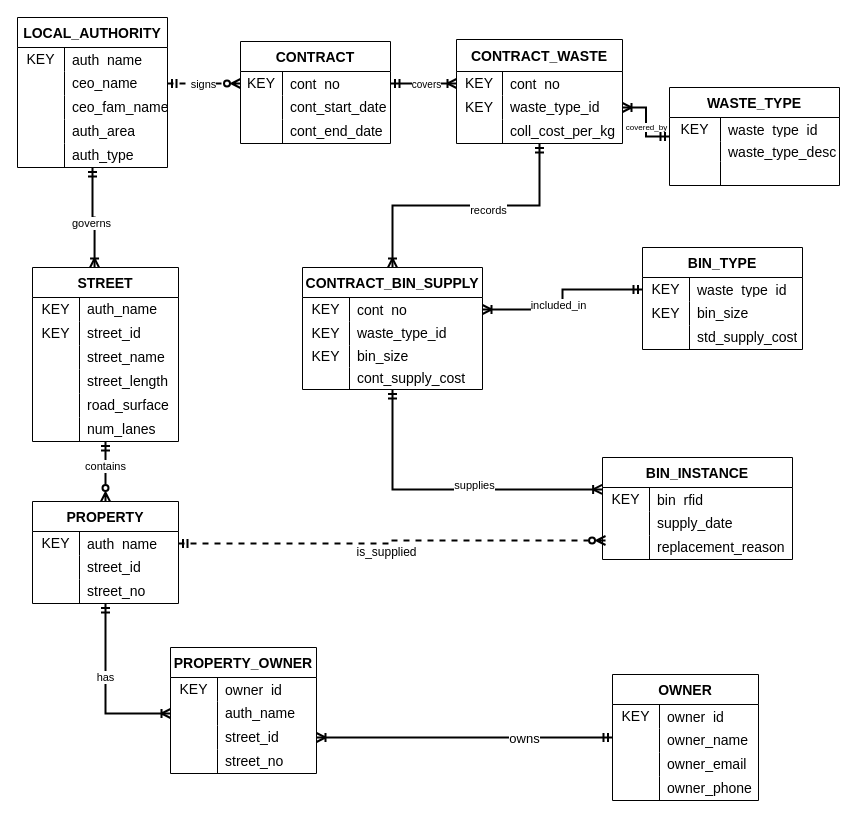
Before: Assignments/Ass1/ca_conceptual.drawio in riabansal27/databases-project, a draw.io diagram. Source tidied: cells renumbered, new cells numbered last; positions are measured from the earlier drawing's top-left corner, leaving out a move shared by most shapes. Both pictures are drawn from the tidied source at 100%, with x=0, y=0 at pixel (17, 17).
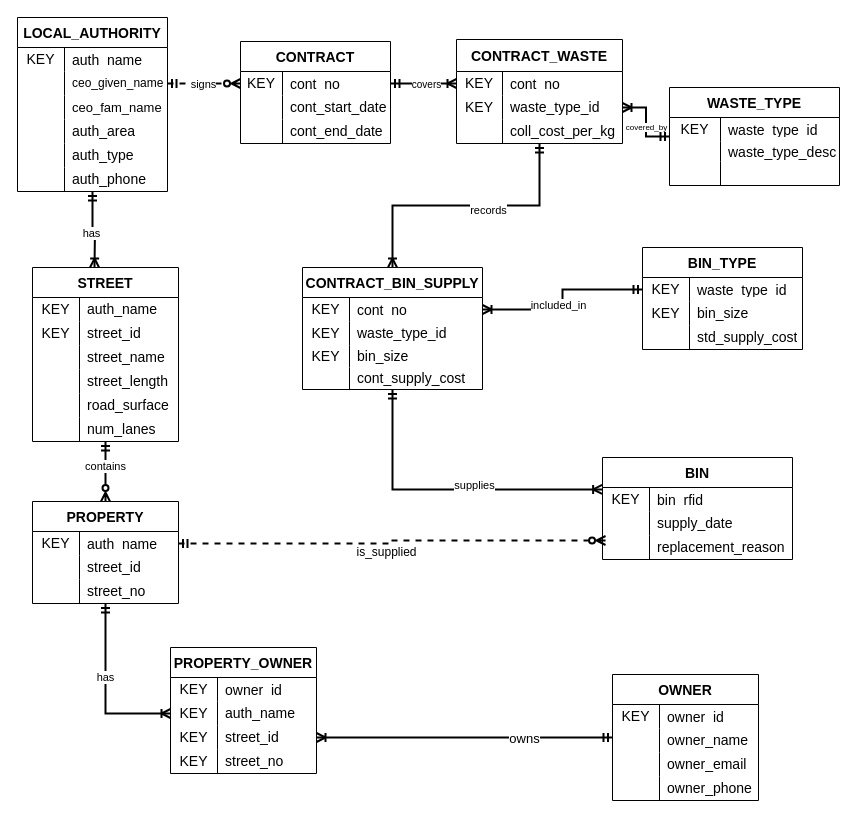
The same page after the edit.

Commit message (it also covers changes not shown here):
Step 4 fixed some relationships and attributes

Unchanged cells that the change refers to:
```xml
<mxCell id="6" style="shape=tableRow;horizontal=0;startSize=0;swimlaneHead=0;swimlaneBody=0;top=0;left=0;bottom=0;right=0;fillColor=none;points=[[0,0.5],[1,0.5]];portConstraint=eastwest;strokeColor=inherit;fontSize=16;" parent="2" vertex="1">
  <mxGeometry y="54" width="150" height="24" as="geometry" />
</mxCell>
<mxCell id="9" style="shape=tableRow;horizontal=0;startSize=0;swimlaneHead=0;swimlaneBody=0;top=0;left=0;bottom=0;right=0;fillColor=none;strokeColor=inherit;fontSize=16;" parent="2" vertex="1">
  <mxGeometry y="78" width="150" height="24" as="geometry" />
</mxCell>
<mxCell id="20" value="STREET" style="shape=table;startSize=30;childLayout=tableLayout;rowLines=0;fontStyle=1;fontSize=14;strokeWidth=1;rounded=0;" parent="1" vertex="1">
  <mxGeometry x="15" y="250" width="146" height="174" as="geometry" />
</mxCell>
<mxCell id="139" style="shape=tableRow;horizontal=0;startSize=0;swimlaneHead=0;swimlaneBody=0;top=0;left=0;bottom=0;right=0;fillColor=none;points=[[0,0.5],[1,0.5]];portConstraint=eastwest;strokeColor=inherit;fontSize=16;" parent="135" vertex="1">
  <mxGeometry y="54" width="146" height="24" as="geometry" />
</mxCell>
<mxCell id="142" style="shape=tableRow;horizontal=0;startSize=0;swimlaneHead=0;swimlaneBody=0;top=0;left=0;bottom=0;right=0;fillColor=none;points=[[0,0.5],[1,0.5]];portConstraint=eastwest;strokeColor=inherit;fontSize=16;" parent="135" vertex="1">
  <mxGeometry y="78" width="146" height="24" as="geometry" />
</mxCell>
<mxCell id="145" style="shape=tableRow;horizontal=0;startSize=0;swimlaneHead=0;swimlaneBody=0;top=0;left=0;bottom=0;right=0;fillColor=none;strokeColor=inherit;fontSize=16;" parent="135" vertex="1">
  <mxGeometry y="102" width="146" height="24" as="geometry" />
</mxCell>
```

What changed in the source:
```diff
@@
     <mxCell id="2" value="LOCAL_AUTHORITY" style="shape=table;startSize=30;childLayout=tableLayout;rowLines=0;fontStyle=1;fontSize=14;strokeWidth=1;rounded=0;" parent="1" vertex="1">
-      <mxGeometry width="150" height="150" as="geometry" />
+      <mxGeometry width="150" height="174" as="geometry" />
     </mxCell>
@@
-    <mxCell id="8" value="ceo_name" style="shape=partialRectangle;html=1;whiteSpace=wrap;fillColor=none;top=0;left=0;bottom=0;right=0;align=left;spacingLeft=6;overflow=hidden;strokeColor=inherit;fontSize=14;" parent="6" vertex="1">
+    <mxCell id="8" value="&lt;font&gt;ceo_given_name&lt;/font&gt;" style="shape=partialRectangle;html=1;whiteSpace=wrap;fillColor=none;top=0;left=0;bottom=0;right=0;align=left;spacingLeft=6;overflow=hidden;strokeColor=inherit;fontSize=12;" parent="6" vertex="1">
       <mxGeometry x="47" width="103" height="24" as="geometry" />
     </mxCell>
@@
-    <mxCell id="11" value="ceo_fam_name" style="shape=partialRectangle;html=1;whiteSpace=wrap;fillColor=none;top=0;left=0;bottom=0;right=0;align=left;spacingLeft=6;overflow=hidden;strokeColor=inherit;fontSize=14;" parent="9" vertex="1">
+    <mxCell id="11" value="ceo_fam_name" style="shape=partialRectangle;html=1;whiteSpace=wrap;fillColor=none;top=0;left=0;bottom=0;right=0;align=left;spacingLeft=6;overflow=hidden;strokeColor=inherit;fontSize=13;" parent="9" vertex="1">
       <mxGeometry x="47" width="103" height="24" as="geometry" />
     </mxCell>
@@
+    <mxCell id="158" style="shape=tableRow;horizontal=0;startSize=0;swimlaneHead=0;swimlaneBody=0;top=0;left=0;bottom=0;right=0;fillColor=none;strokeColor=inherit;fontSize=16;" parent="2" vertex="1">
+      <mxGeometry y="150" width="150" height="24" as="geometry" />
+    </mxCell>
+    <mxCell id="159" style="shape=partialRectangle;html=1;whiteSpace=wrap;fillColor=none;top=0;left=0;bottom=0;right=0;overflow=hidden;strokeColor=inherit;fontSize=14;" parent="158" vertex="1">
+      <mxGeometry width="47" height="24" as="geometry" />
+    </mxCell>
+    <mxCell id="160" value="auth_phone" style="shape=partialRectangle;html=1;whiteSpace=wrap;fillColor=none;top=0;left=0;bottom=0;right=0;align=left;spacingLeft=6;overflow=hidden;strokeColor=inherit;fontSize=14;" parent="158" vertex="1">
+      <mxGeometry x="47" width="103" height="24" as="geometry" />
+    </mxCell>
@@
-    <mxCell id="123" value="BIN_INSTANCE" style="shape=table;startSize=30;childLayout=tableLayout;rowLines=0;fontStyle=1;fontSize=14;strokeWidth=1;rounded=0;" parent="1" vertex="1">
+    <mxCell id="123" value="BIN" style="shape=table;startSize=30;childLayout=tableLayout;rowLines=0;fontStyle=1;fontSize=14;strokeWidth=1;rounded=0;" parent="1" vertex="1">
       <mxGeometry x="585" y="440" width="190" height="102" as="geometry" />
     </mxCell>
@@
-    <mxCell id="133" style="edgeStyle=orthogonalEdgeStyle;rounded=0;jettySize=auto;html=1;startArrow=ERmandOne;startFill=0;endArrow=ERoneToMany;endFill=0;entryX=0.425;entryY=0;entryDx=0;entryDy=0;entryPerimeter=0;strokeWidth=2;" parent="1" edge="1" source="2" target="20">
-      <mxGeometry relative="1" as="geometry" />
+    <mxCell id="133" style="edgeStyle=orthogonalEdgeStyle;rounded=0;jettySize=auto;html=1;startArrow=ERmandOne;startFill=0;endArrow=ERoneToMany;endFill=0;strokeWidth=2;" parent="1" edge="1" source="2">
+      <mxGeometry relative="1" as="geometry">
+        <mxPoint x="77" y="250" as="targetPoint" />
+      </mxGeometry>
     </mxCell>
-    <mxCell id="134" value="governs" style="edgeLabel;html=1;align=center;verticalAlign=middle;" parent="133" vertex="1">
+    <mxCell id="134" value="has" style="edgeLabel;html=1;align=center;verticalAlign=middle;" parent="133" vertex="1">
       <mxGeometry x="0.13" y="-4" relative="1" as="geometry" />
     </mxCell>
@@
-    <mxCell id="140" style="shape=partialRectangle;html=1;whiteSpace=wrap;fillColor=none;top=0;left=0;bottom=0;right=0;overflow=hidden;strokeColor=inherit;fontSize=14;" parent="139" vertex="1">
+    <mxCell id="140" value="KEY" style="shape=partialRectangle;html=1;whiteSpace=wrap;fillColor=none;top=0;left=0;bottom=0;right=0;overflow=hidden;strokeColor=inherit;fontSize=14;" parent="139" vertex="1">
       <mxGeometry width="47" height="24" as="geometry" />
     </mxCell>
@@
-    <mxCell id="143" style="shape=partialRectangle;html=1;whiteSpace=wrap;fillColor=none;top=0;left=0;bottom=0;right=0;overflow=hidden;strokeColor=inherit;fontSize=14;" parent="142" vertex="1">
+    <mxCell id="143" value="KEY" style="shape=partialRectangle;html=1;whiteSpace=wrap;fillColor=none;top=0;left=0;bottom=0;right=0;overflow=hidden;strokeColor=inherit;fontSize=14;" parent="142" vertex="1">
       <mxGeometry width="47" height="24" as="geometry" />
     </mxCell>
@@
-    <mxCell id="146" style="shape=partialRectangle;html=1;whiteSpace=wrap;fillColor=none;top=0;left=0;bottom=0;right=0;overflow=hidden;strokeColor=inherit;fontSize=14;" parent="145" vertex="1">
+    <mxCell id="146" value="KEY" style="shape=partialRectangle;html=1;whiteSpace=wrap;fillColor=none;top=0;left=0;bottom=0;right=0;overflow=hidden;strokeColor=inherit;fontSize=14;" parent="145" vertex="1">
       <mxGeometry width="47" height="24" as="geometry" />
     </mxCell>
```
